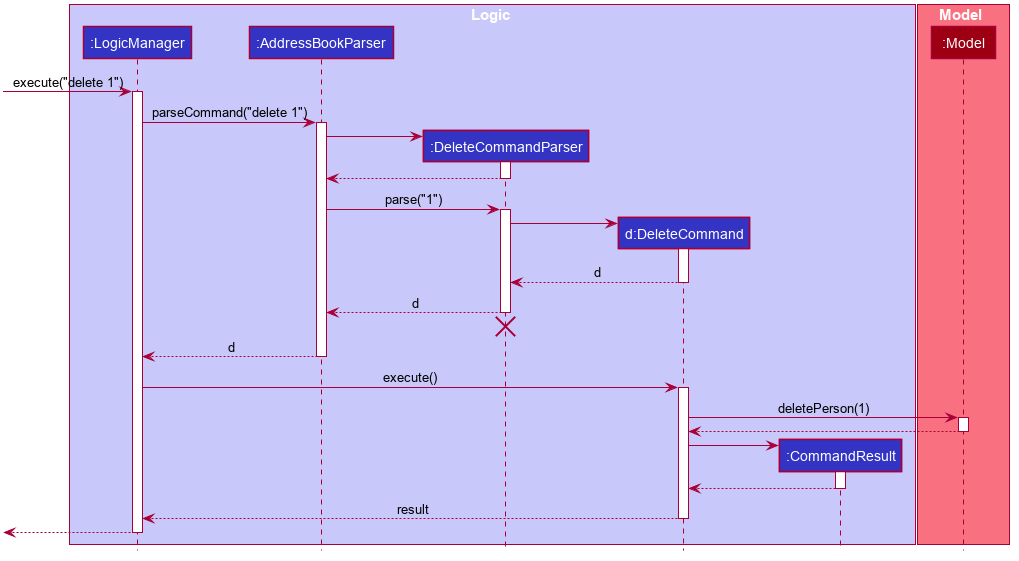
Before: docs/images/DeleteSequenceDiagram.png, a diagram exported from PlantUML (nus-cs2103-AY2223S1/tp).
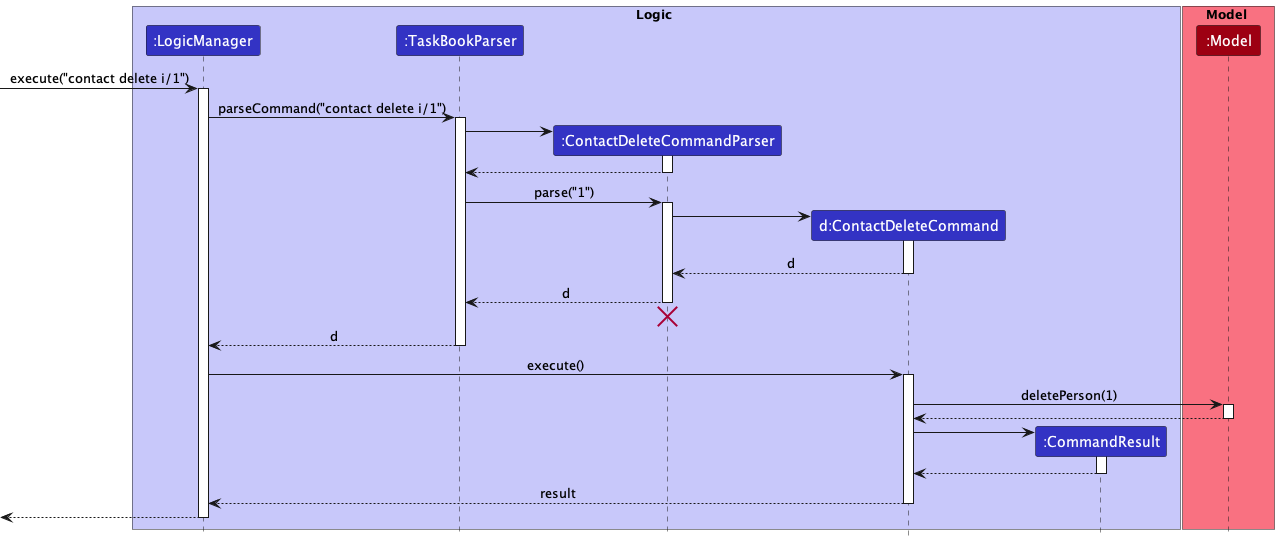
After the change.

What changed in the source:
```diff
@@ -1,114 +1,67 @@
 @startuml
+!include style.puml
 
-
-
-
-
-
-
-
-skinparam BackgroundColor #FFFFFFF
-
-skinparam Shadowing false
-
-skinparam Class {
-    FontColor #FFFFFF
-    BorderThickness 1
-    BorderColor #FFFFFF
-    StereotypeFontColor #FFFFFF
-    FontName Arial
-}
-
-skinparam Actor {
-    BorderColor #000000
-    Color #000000
-    FontName Arial
-}
-
-skinparam Sequence {
-    MessageAlign center
-    BoxFontSize 15
-    BoxPadding 0
-    BoxFontColor #FFFFFF
-    FontName Arial
-}
-
-skinparam Participant {
-    FontColor #FFFFFFF
-    Padding 20
-}
-
-skinparam MinClassWidth 50
-skinparam ParticipantPadding 10
-skinparam Shadowing false
-skinparam DefaultTextAlignment center
-skinparam packageStyle Rectangle
-
-hide footbox
-hide members
-hide circle
-
-box Logic #C8C8FA
-participant ":LogicManager" as LogicManager #3333C4
-participant ":AddressBookParser" as AddressBookParser #3333C4
-participant ":DeleteCommandParser" as DeleteCommandParser #3333C4
-participant "d:DeleteCommand" as DeleteCommand #3333C4
-participant ":CommandResult" as CommandResult #3333C4
+box Logic LOGIC_COLOR_T1
+participant ":LogicManager" as LogicManager LOGIC_COLOR
+participant ":TaskBookParser" as TaskBookParser LOGIC_COLOR
+participant ":ContactDeleteCommandParser" as ContactDeleteCommandParser LOGIC_COLOR
+participant "d:ContactDeleteCommand" as ContactDeleteCommand LOGIC_COLOR
+participant ":CommandResult" as CommandResult LOGIC_COLOR
 end box
 
-box Model #F97181
-participant ":Model" as Model #9D0012
+box Model MODEL_COLOR_T1
+participant ":Model" as Model MODEL_COLOR
 end box
 
-[-> LogicManager : execute("delete 1")
+[-> LogicManager : execute("contact delete i/1")
 activate LogicManager
 
-LogicManager -> AddressBookParser : parseCommand("delete 1")
-activate AddressBookParser
+LogicManager -> TaskBookParser : parseCommand("contact delete i/1")
+activate TaskBookParser
 
-create DeleteCommandParser
-AddressBookParser -> DeleteCommandParser
-activate DeleteCommandParser
+create ContactDeleteCommandParser
+TaskBookParser -> ContactDeleteCommandParser
+activate ContactDeleteCommandParser
 
-DeleteCommandParser --> AddressBookParser
-deactivate DeleteCommandParser
+ContactDeleteCommandParser --> TaskBookParser
+deactivate ContactDeleteCommandParser
 
-AddressBookParser -> DeleteCommandParser : parse("1")
-activate DeleteCommandParser
+TaskBookParser -> ContactDeleteCommandParser : parse("1")
+activate ContactDeleteCommandParser
 
-create DeleteCommand
-DeleteCommandParser -> DeleteCommand
-activate DeleteCommand
+create ContactDeleteCommand
+ContactDeleteCommandParser -> ContactDeleteCommand
+activate ContactDeleteCommand
 
-DeleteCommand --> DeleteCommandParser : d
-deactivate DeleteCommand
+ContactDeleteCommand --> ContactDeleteCommandParser : d
+deactivate ContactDeleteCommand
 
-DeleteCommandParser --> AddressBookParser : d
-deactivate DeleteCommandParser
-DeleteCommandParser -[hidden]-> AddressBookParser
-destroy DeleteCommandParser
+ContactDeleteCommandParser --> TaskBookParser : d
+deactivate ContactDeleteCommandParser
+ContactDeleteCommandParser -[hidden]-> TaskBookParser
+destroy ContactDeleteCommandParser
 
-AddressBookParser --> LogicManager : d
-deactivate AddressBookParser
+TaskBookParser --> LogicManager : d
+deactivate TaskBookParser
 
-LogicManager -> DeleteCommand : execute()
-activate DeleteCommand
+LogicManager -> ContactDeleteCommand : execute()
+activate ContactDeleteCommand
 
-DeleteCommand -> Model : deletePerson(1)
+ContactDeleteCommand -> Model : deletePerson(1)
 activate Model
 
-Model --> DeleteCommand
+Model --> ContactDeleteCommand
 deactivate Model
 
 create CommandResult
-DeleteCommand -> CommandResult
+ContactDeleteCommand -> CommandResult
 activate CommandResult
 
-CommandResult --> DeleteCommand
+CommandResult --> ContactDeleteCommand
 deactivate CommandResult
 
-DeleteCommand --> LogicManager : result
-deactivate DeleteCommand
+ContactDeleteCommand --> LogicManager : result
+deactivate ContactDeleteCommand
 
 [<--LogicManager
 deactivate LogicManager
```
